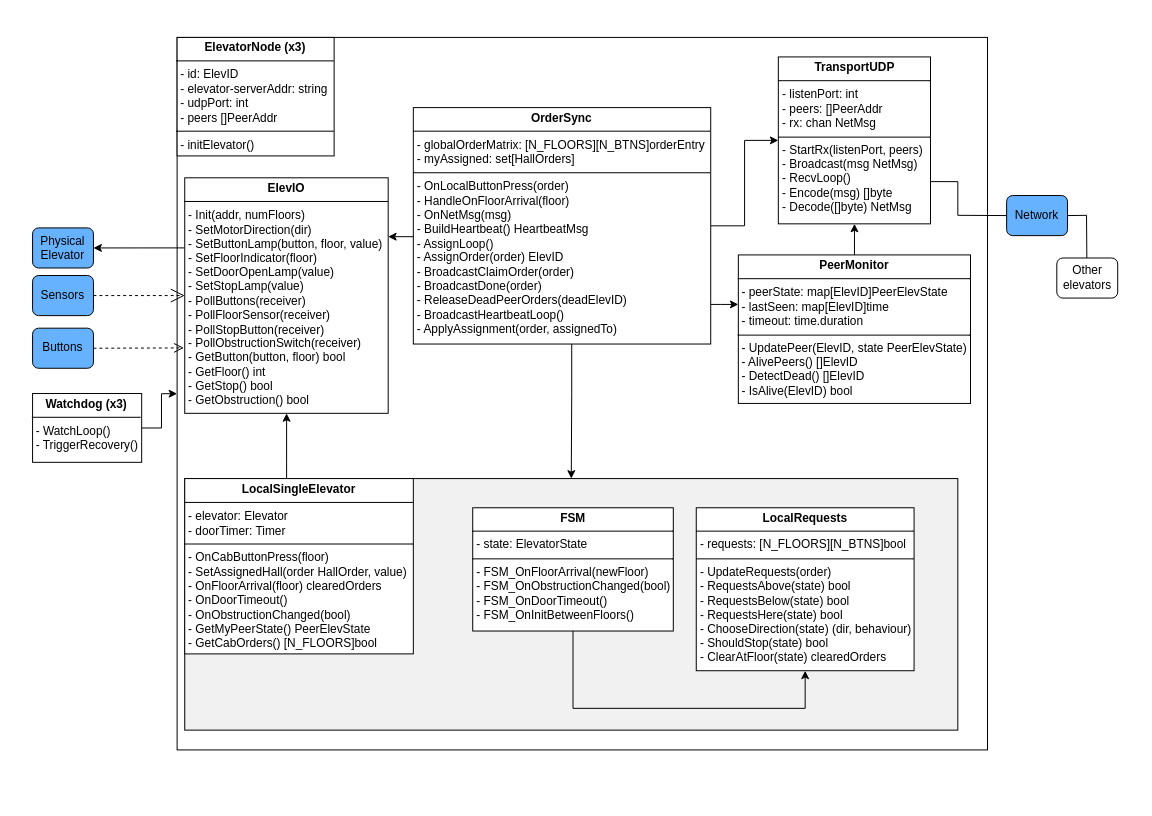
Earlier version of the draw.io diagram Diagrams/component_diagram.drawio (SondreMyhre/TTK4145). Source tidied: cells renumbered, new cells numbered last; positions are measured from the earlier drawing's top-left corner, leaving out a move shared by most shapes. Both pictures are drawn from the tidied source at 99%, with x=0, y=0 at pixel (17, 17).
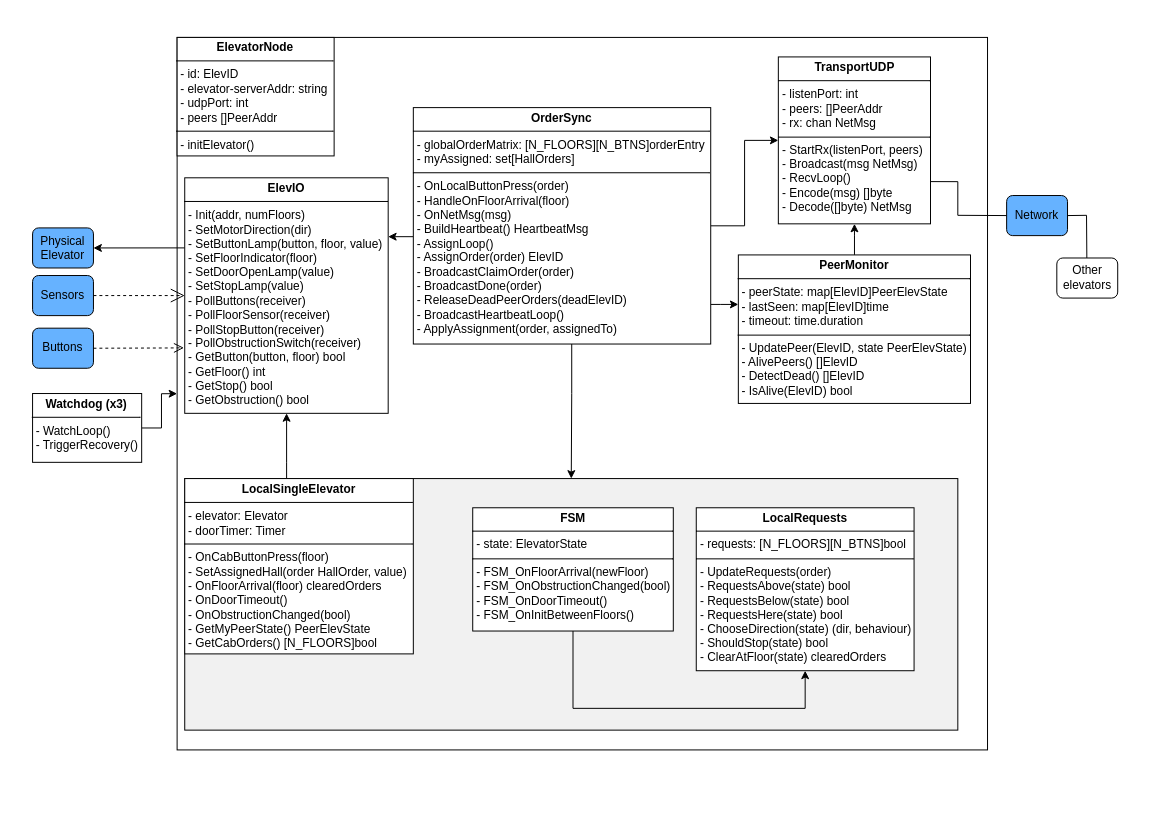
Above is the later version.

The change refers to these unchanged cells:
```xml
<mxCell id="2" style="group;" parent="1" vertex="1">
  <mxGeometry width="1130" height="790" as="geometry" />
</mxCell>
```

What changed in the source:
```diff
@@
-    <mxCell id="10" value="&lt;p style=&quot;margin:0px;margin-top:4px;text-align:center;&quot;&gt;&lt;b&gt;ElevatorNode (x3)&lt;/b&gt;&lt;/p&gt;&lt;hr size=&quot;1&quot; style=&quot;border-style:solid;&quot;&gt;&lt;p style=&quot;margin:0px;margin-left:4px;&quot;&gt;&lt;span style=&quot;background-color: transparent; color: light-dark(rgb(0, 0, 0), rgb(255, 255, 255));&quot;&gt;- id: ElevID&lt;/span&gt;&lt;/p&gt;&lt;p style=&quot;margin:0px;margin-left:4px;&quot;&gt;&lt;span style=&quot;background-color: transparent; color: light-dark(rgb(0, 0, 0), rgb(255, 255, 255));&quot;&gt;- elevator-serverAddr: string&lt;/span&gt;&lt;/p&gt;&lt;p style=&quot;margin:0px;margin-left:4px;&quot;&gt;&lt;span style=&quot;background-color: transparent; color: light-dark(rgb(0, 0, 0), rgb(255, 255, 255));&quot;&gt;- udpPort: int&lt;/span&gt;&lt;/p&gt;&lt;p style=&quot;margin:0px;margin-left:4px;&quot;&gt;- peers []PeerAddr&lt;/p&gt;&lt;hr size=&quot;1&quot; style=&quot;border-style:solid;&quot;&gt;&lt;p style=&quot;margin:0px;margin-left:4px;&quot;&gt;- initElevator()&lt;/p&gt;" style="verticalAlign=top;align=left;overflow=fill;html=1;whiteSpace=wrap;" parent="2" vertex="1">
+    <mxCell id="10" value="&lt;p style=&quot;margin:0px;margin-top:4px;text-align:center;&quot;&gt;&lt;b&gt;ElevatorNode&lt;/b&gt;&lt;/p&gt;&lt;hr size=&quot;1&quot; style=&quot;border-style:solid;&quot;&gt;&lt;p style=&quot;margin:0px;margin-left:4px;&quot;&gt;&lt;span style=&quot;background-color: transparent; color: light-dark(rgb(0, 0, 0), rgb(255, 255, 255));&quot;&gt;- id: ElevID&lt;/span&gt;&lt;/p&gt;&lt;p style=&quot;margin:0px;margin-left:4px;&quot;&gt;&lt;span style=&quot;background-color: transparent; color: light-dark(rgb(0, 0, 0), rgb(255, 255, 255));&quot;&gt;- elevator-serverAddr: string&lt;/span&gt;&lt;/p&gt;&lt;p style=&quot;margin:0px;margin-left:4px;&quot;&gt;&lt;span style=&quot;background-color: transparent; color: light-dark(rgb(0, 0, 0), rgb(255, 255, 255));&quot;&gt;- udpPort: int&lt;/span&gt;&lt;/p&gt;&lt;p style=&quot;margin:0px;margin-left:4px;&quot;&gt;- peers []PeerAddr&lt;/p&gt;&lt;hr size=&quot;1&quot; style=&quot;border-style:solid;&quot;&gt;&lt;p style=&quot;margin:0px;margin-left:4px;&quot;&gt;- initElevator()&lt;/p&gt;" style="verticalAlign=top;align=left;overflow=fill;html=1;whiteSpace=wrap;" parent="2" vertex="1">
       <mxGeometry x="161.4" y="20.3" width="158.6" height="119.7" as="geometry" />
     </mxCell>
```
